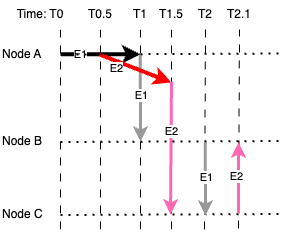
Before: assets/img/gossip.png, a diagram exported from draw.io (paulwizviz/learn-hedera). Source tidied: cells renumbered, new cells last; positions are measured from the earlier drawing's top-left corner, leaving out a move shared by most shapes. Source of this version:
```xml
<mxGraphModel>
  <root>
    <mxCell id="0" />
    <mxCell id="1" parent="0" />
    <mxCell id="2" value="Node A" style="text;html=1;align=left;verticalAlign=middle;whiteSpace=wrap;rounded=0;" parent="1" vertex="1">
      <mxGeometry y="40" width="60" height="30" as="geometry" />
    </mxCell>
    <mxCell id="3" value="Node B" style="text;html=1;align=left;verticalAlign=middle;whiteSpace=wrap;rounded=0;" parent="1" vertex="1">
      <mxGeometry y="127" width="60" height="30" as="geometry" />
    </mxCell>
    <mxCell id="4" value="Node C" style="text;html=1;align=left;verticalAlign=middle;whiteSpace=wrap;rounded=0;" parent="1" vertex="1">
      <mxGeometry y="200" width="60" height="30" as="geometry" />
    </mxCell>
    <mxCell id="5" style="endArrow=none;html=1;rounded=0;dashed=1;dashPattern=8 8;" parent="1" edge="1">
      <mxGeometry relative="1" as="geometry">
        <mxPoint x="60" y="230" as="sourcePoint" />
        <mxPoint x="60" y="30" as="targetPoint" />
      </mxGeometry>
    </mxCell>
    <mxCell id="6" value="Time: T0" style="text;html=1;align=center;verticalAlign=middle;whiteSpace=wrap;rounded=0;" parent="1" vertex="1">
      <mxGeometry x="10" width="60" height="30" as="geometry" />
    </mxCell>
    <mxCell id="7" style="endArrow=none;html=1;rounded=0;dashed=1;dashPattern=8 8;" parent="1" edge="1">
      <mxGeometry relative="1" as="geometry">
        <mxPoint x="140" y="230" as="sourcePoint" />
        <mxPoint x="140" y="30" as="targetPoint" />
      </mxGeometry>
    </mxCell>
    <mxCell id="8" value="T1" style="text;html=1;align=center;verticalAlign=middle;whiteSpace=wrap;rounded=0;" parent="1" vertex="1">
      <mxGeometry x="130" width="20" height="30" as="geometry" />
    </mxCell>
    <mxCell id="9" style="endArrow=none;html=1;rounded=0;dashed=1;dashPattern=8 8;entryX=0.5;entryY=1;entryDx=0;entryDy=0;" parent="1" edge="1" target="10">
      <mxGeometry relative="1" as="geometry">
        <mxPoint x="204" y="230" as="sourcePoint" />
      </mxGeometry>
    </mxCell>
    <mxCell id="10" value="T2" style="text;html=1;align=center;verticalAlign=middle;whiteSpace=wrap;rounded=0;" parent="1" vertex="1">
      <mxGeometry x="195" width="20" height="30" as="geometry" />
    </mxCell>
    <mxCell id="11" style="endArrow=classic;html=1;rounded=0;strokeWidth=4;" parent="1" edge="1">
      <mxGeometry relative="1" as="geometry">
        <mxPoint x="60" y="54.8" as="sourcePoint" />
        <mxPoint x="140" y="54.8" as="targetPoint" />
      </mxGeometry>
    </mxCell>
    <mxCell id="12" value="E1" style="edgeLabel;html=1;align=center;verticalAlign=middle;" parent="11" vertex="1">
      <mxGeometry x="-0.06" y="1" relative="1" as="geometry">
        <mxPoint x="-18" y="1" as="offset" />
      </mxGeometry>
    </mxCell>
    <mxCell id="13" style="endArrow=classic;html=1;rounded=0;strokeColor=#999999;strokeWidth=3;" parent="1" edge="1">
      <mxGeometry relative="1" as="geometry">
        <mxPoint x="139.8" y="55" as="sourcePoint" />
        <mxPoint x="140" y="142" as="targetPoint" />
      </mxGeometry>
    </mxCell>
    <mxCell id="14" value="E1" style="edgeLabel;html=1;align=center;verticalAlign=middle;" parent="13" vertex="1">
      <mxGeometry x="-0.06" y="1" relative="1" as="geometry" />
    </mxCell>
    <mxCell id="15" style="endArrow=none;html=1;rounded=0;dashed=1;dashPattern=8 8;" parent="1" edge="1">
      <mxGeometry relative="1" as="geometry">
        <mxPoint x="100" y="230" as="sourcePoint" />
        <mxPoint x="100" y="30" as="targetPoint" />
      </mxGeometry>
    </mxCell>
    <mxCell id="16" value="T0.5" style="text;html=1;align=center;verticalAlign=middle;whiteSpace=wrap;rounded=0;" parent="1" vertex="1">
      <mxGeometry x="90" width="20" height="30" as="geometry" />
    </mxCell>
    <mxCell id="17" style="endArrow=none;html=1;rounded=0;dashed=1;dashPattern=8 8;entryX=0.5;entryY=1;entryDx=0;entryDy=0;" parent="1" edge="1">
      <mxGeometry relative="1" as="geometry">
        <mxPoint x="171" y="230" as="sourcePoint" />
        <mxPoint x="171" y="30" as="targetPoint" />
      </mxGeometry>
    </mxCell>
    <mxCell id="18" value="T1.5" style="text;html=1;align=center;verticalAlign=middle;whiteSpace=wrap;rounded=0;" parent="1" vertex="1">
      <mxGeometry x="161" width="20" height="30" as="geometry" />
    </mxCell>
    <mxCell id="19" style="endArrow=classic;html=1;rounded=0;strokeWidth=4;strokeColor=#FF0000;" parent="1" edge="1">
      <mxGeometry relative="1" as="geometry">
        <mxPoint x="99" y="55" as="sourcePoint" />
        <mxPoint x="171" y="83" as="targetPoint" />
      </mxGeometry>
    </mxCell>
    <mxCell id="20" value="E2" style="edgeLabel;html=1;align=center;verticalAlign=middle;" parent="19" vertex="1">
      <mxGeometry x="-0.06" y="1" relative="1" as="geometry">
        <mxPoint x="-18" y="1" as="offset" />
      </mxGeometry>
    </mxCell>
    <mxCell id="21" style="endArrow=classic;html=1;rounded=0;strokeColor=#FF66B3;strokeWidth=3;" parent="1" edge="1">
      <mxGeometry relative="1" as="geometry">
        <mxPoint x="171" y="82" as="sourcePoint" />
        <mxPoint x="170" y="215" as="targetPoint" />
      </mxGeometry>
    </mxCell>
    <mxCell id="22" value="E2" style="edgeLabel;html=1;align=center;verticalAlign=middle;" parent="21" vertex="1">
      <mxGeometry x="-0.06" y="1" relative="1" as="geometry">
        <mxPoint x="-1" y="-13" as="offset" />
      </mxGeometry>
    </mxCell>
    <mxCell id="23" style="endArrow=none;html=1;rounded=0;dashed=1;dashPattern=8 8;entryX=0.5;entryY=1;entryDx=0;entryDy=0;" parent="1" edge="1" target="24">
      <mxGeometry relative="1" as="geometry">
        <mxPoint x="238" y="229" as="sourcePoint" />
      </mxGeometry>
    </mxCell>
    <mxCell id="24" value="T2.1" style="text;html=1;align=center;verticalAlign=middle;whiteSpace=wrap;rounded=0;" parent="1" vertex="1">
      <mxGeometry x="229" width="20" height="30" as="geometry" />
    </mxCell>
    <mxCell id="25" style="endArrow=none;dashed=1;html=1;dashPattern=1 3;strokeWidth=2;rounded=0;" parent="1" edge="1">
      <mxGeometry relative="1" as="geometry">
        <mxPoint x="60" y="55" as="sourcePoint" />
        <mxPoint x="282" y="54" as="targetPoint" />
      </mxGeometry>
    </mxCell>
    <mxCell id="26" style="endArrow=none;dashed=1;html=1;dashPattern=1 3;strokeWidth=2;rounded=0;" parent="1" edge="1">
      <mxGeometry relative="1" as="geometry">
        <mxPoint x="60" y="142.5" as="sourcePoint" />
        <mxPoint x="282" y="141.5" as="targetPoint" />
      </mxGeometry>
    </mxCell>
    <mxCell id="27" style="endArrow=none;dashed=1;html=1;dashPattern=1 3;strokeWidth=2;rounded=0;" parent="1" edge="1">
      <mxGeometry relative="1" as="geometry">
        <mxPoint x="60" y="215.5" as="sourcePoint" />
        <mxPoint x="282" y="214.5" as="targetPoint" />
      </mxGeometry>
    </mxCell>
    <mxCell id="28" style="endArrow=classic;html=1;rounded=0;strokeColor=#999999;strokeWidth=3;" parent="1" edge="1">
      <mxGeometry relative="1" as="geometry">
        <mxPoint x="204.8" y="143" as="sourcePoint" />
        <mxPoint x="205" y="216" as="targetPoint" />
      </mxGeometry>
    </mxCell>
    <mxCell id="29" value="E1" style="edgeLabel;html=1;align=center;verticalAlign=middle;" parent="28" vertex="1">
      <mxGeometry x="-0.06" y="1" relative="1" as="geometry" />
    </mxCell>
    <mxCell id="30" style="endArrow=classic;html=1;rounded=0;strokeColor=#FF66B3;strokeWidth=3;" parent="1" edge="1">
      <mxGeometry relative="1" as="geometry">
        <mxPoint x="238" y="214" as="sourcePoint" />
        <mxPoint x="238" y="143" as="targetPoint" />
      </mxGeometry>
    </mxCell>
    <mxCell id="31" value="E2" style="edgeLabel;html=1;align=center;verticalAlign=middle;" parent="30" vertex="1">
      <mxGeometry x="-0.06" y="1" relative="1" as="geometry">
        <mxPoint x="-1" y="-4" as="offset" />
      </mxGeometry>
    </mxCell>
  </root>
</mxGraphModel>
```
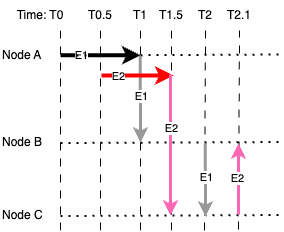
Above is the later version.

Commit message:
Update gossip diagram

What changed in the source:
```diff
@@ -11,137 +11,137 @@
     <mxCell id="4" value="Node C" style="text;html=1;align=left;verticalAlign=middle;whiteSpace=wrap;rounded=0;" parent="1" vertex="1">
       <mxGeometry y="200" width="60" height="30" as="geometry" />
     </mxCell>
-    <mxCell id="5" style="endArrow=none;html=1;rounded=0;dashed=1;dashPattern=8 8;" parent="1" edge="1">
-      <mxGeometry relative="1" as="geometry">
-        <mxPoint x="60" y="230" as="sourcePoint" />
-        <mxPoint x="60" y="30" as="targetPoint" />
-      </mxGeometry>
-    </mxCell>
+    <mxCell id="32" style="endArrow=none;html=1;rounded=0;dashed=1;dashPattern=8 8;" parent="1" edge="1">
+      <mxGeometry relative="1" as="geometry">
+        <mxPoint x="60" y="230" as="sourcePoint" />
+        <mxPoint x="60" y="30" as="targetPoint" />
+      </mxGeometry>
+    </mxCell>
     <mxCell id="6" value="Time: T0" style="text;html=1;align=center;verticalAlign=middle;whiteSpace=wrap;rounded=0;" parent="1" vertex="1">
       <mxGeometry x="10" width="60" height="30" as="geometry" />
     </mxCell>
-    <mxCell id="7" style="endArrow=none;html=1;rounded=0;dashed=1;dashPattern=8 8;" parent="1" edge="1">
-      <mxGeometry relative="1" as="geometry">
-        <mxPoint x="140" y="230" as="sourcePoint" />
-        <mxPoint x="140" y="30" as="targetPoint" />
-      </mxGeometry>
-    </mxCell>
+    <mxCell id="33" style="endArrow=none;html=1;rounded=0;dashed=1;dashPattern=8 8;" parent="1" edge="1">
+      <mxGeometry relative="1" as="geometry">
+        <mxPoint x="140" y="230" as="sourcePoint" />
+        <mxPoint x="140" y="30" as="targetPoint" />
+      </mxGeometry>
+    </mxCell>
     <mxCell id="8" value="T1" style="text;html=1;align=center;verticalAlign=middle;whiteSpace=wrap;rounded=0;" parent="1" vertex="1">
       <mxGeometry x="130" width="20" height="30" as="geometry" />
     </mxCell>
-    <mxCell id="9" style="endArrow=none;html=1;rounded=0;dashed=1;dashPattern=8 8;entryX=0.5;entryY=1;entryDx=0;entryDy=0;" parent="1" edge="1" target="10">
-      <mxGeometry relative="1" as="geometry">
-        <mxPoint x="204" y="230" as="sourcePoint" />
-      </mxGeometry>
-    </mxCell>
+    <mxCell id="34" style="endArrow=none;html=1;rounded=0;dashed=1;dashPattern=8 8;entryX=0.5;entryY=1;entryDx=0;entryDy=0;" parent="1" edge="1" target="10">
+      <mxGeometry relative="1" as="geometry">
+        <mxPoint x="204" y="230" as="sourcePoint" />
+      </mxGeometry>
+    </mxCell>
     <mxCell id="10" value="T2" style="text;html=1;align=center;verticalAlign=middle;whiteSpace=wrap;rounded=0;" parent="1" vertex="1">
       <mxGeometry x="195" width="20" height="30" as="geometry" />
     </mxCell>
-    <mxCell id="11" style="endArrow=classic;html=1;rounded=0;strokeWidth=4;" parent="1" edge="1">
-      <mxGeometry relative="1" as="geometry">
-        <mxPoint x="60" y="54.8" as="sourcePoint" />
-        <mxPoint x="140" y="54.8" as="targetPoint" />
-      </mxGeometry>
-    </mxCell>
-    <mxCell id="12" value="E1" style="edgeLabel;html=1;align=center;verticalAlign=middle;" parent="11" vertex="1">
-      <mxGeometry x="-0.06" y="1" relative="1" as="geometry">
-        <mxPoint x="-18" y="1" as="offset" />
-      </mxGeometry>
-    </mxCell>
-    <mxCell id="13" style="endArrow=classic;html=1;rounded=0;strokeColor=#999999;strokeWidth=3;" parent="1" edge="1">
-      <mxGeometry relative="1" as="geometry">
-        <mxPoint x="139.8" y="55" as="sourcePoint" />
-        <mxPoint x="140" y="142" as="targetPoint" />
-      </mxGeometry>
-    </mxCell>
-    <mxCell id="14" value="E1" style="edgeLabel;html=1;align=center;verticalAlign=middle;" parent="13" vertex="1">
-      <mxGeometry x="-0.06" y="1" relative="1" as="geometry" />
-    </mxCell>
-    <mxCell id="15" style="endArrow=none;html=1;rounded=0;dashed=1;dashPattern=8 8;" parent="1" edge="1">
-      <mxGeometry relative="1" as="geometry">
-        <mxPoint x="100" y="230" as="sourcePoint" />
-        <mxPoint x="100" y="30" as="targetPoint" />
-      </mxGeometry>
-    </mxCell>
+    <mxCell id="35" style="endArrow=classic;html=1;rounded=0;strokeWidth=4;" parent="1" edge="1">
+      <mxGeometry relative="1" as="geometry">
+        <mxPoint x="60" y="54.8" as="sourcePoint" />
+        <mxPoint x="140" y="54.8" as="targetPoint" />
+      </mxGeometry>
+    </mxCell>
+    <mxCell id="36" value="E1" style="edgeLabel;html=1;align=center;verticalAlign=middle;" parent="35" vertex="1">
+      <mxGeometry x="-0.06" y="1" relative="1" as="geometry">
+        <mxPoint x="-18" y="1" as="offset" />
+      </mxGeometry>
+    </mxCell>
+    <mxCell id="37" style="endArrow=classic;html=1;rounded=0;strokeColor=#999999;strokeWidth=3;" parent="1" edge="1">
+      <mxGeometry relative="1" as="geometry">
+        <mxPoint x="139.8" y="55" as="sourcePoint" />
+        <mxPoint x="140" y="142" as="targetPoint" />
+      </mxGeometry>
+    </mxCell>
+    <mxCell id="38" value="E1" style="edgeLabel;html=1;align=center;verticalAlign=middle;" parent="37" vertex="1">
+      <mxGeometry x="-0.06" y="1" relative="1" as="geometry" />
+    </mxCell>
+    <mxCell id="39" style="endArrow=none;html=1;rounded=0;dashed=1;dashPattern=8 8;" parent="1" edge="1">
+      <mxGeometry relative="1" as="geometry">
+        <mxPoint x="100" y="230" as="sourcePoint" />
+        <mxPoint x="100" y="30" as="targetPoint" />
+      </mxGeometry>
+    </mxCell>
     <mxCell id="16" value="T0.5" style="text;html=1;align=center;verticalAlign=middle;whiteSpace=wrap;rounded=0;" parent="1" vertex="1">
       <mxGeometry x="90" width="20" height="30" as="geometry" />
     </mxCell>
-    <mxCell id="17" style="endArrow=none;html=1;rounded=0;dashed=1;dashPattern=8 8;entryX=0.5;entryY=1;entryDx=0;entryDy=0;" parent="1" edge="1">
-      <mxGeometry relative="1" as="geometry">
-        <mxPoint x="171" y="230" as="sourcePoint" />
-        <mxPoint x="171" y="30" as="targetPoint" />
-      </mxGeometry>
-    </mxCell>
+    <mxCell id="40" style="endArrow=none;html=1;rounded=0;dashed=1;dashPattern=8 8;entryX=0.5;entryY=1;entryDx=0;entryDy=0;" parent="1" edge="1">
+      <mxGeometry relative="1" as="geometry">
+        <mxPoint x="171" y="230" as="sourcePoint" />
+        <mxPoint x="171" y="30" as="targetPoint" />
+      </mxGeometry>
+    </mxCell>
     <mxCell id="18" value="T1.5" style="text;html=1;align=center;verticalAlign=middle;whiteSpace=wrap;rounded=0;" parent="1" vertex="1">
       <mxGeometry x="161" width="20" height="30" as="geometry" />
     </mxCell>
-    <mxCell id="19" style="endArrow=classic;html=1;rounded=0;strokeWidth=4;strokeColor=#FF0000;" parent="1" edge="1">
-      <mxGeometry relative="1" as="geometry">
-        <mxPoint x="99" y="55" as="sourcePoint" />
-        <mxPoint x="171" y="83" as="targetPoint" />
-      </mxGeometry>
-    </mxCell>
-    <mxCell id="20" value="E2" style="edgeLabel;html=1;align=center;verticalAlign=middle;" parent="19" vertex="1">
-      <mxGeometry x="-0.06" y="1" relative="1" as="geometry">
-        <mxPoint x="-18" y="1" as="offset" />
-      </mxGeometry>
-    </mxCell>
-    <mxCell id="21" style="endArrow=classic;html=1;rounded=0;strokeColor=#FF66B3;strokeWidth=3;" parent="1" edge="1">
-      <mxGeometry relative="1" as="geometry">
-        <mxPoint x="171" y="82" as="sourcePoint" />
-        <mxPoint x="170" y="215" as="targetPoint" />
-      </mxGeometry>
-    </mxCell>
-    <mxCell id="22" value="E2" style="edgeLabel;html=1;align=center;verticalAlign=middle;" parent="21" vertex="1">
-      <mxGeometry x="-0.06" y="1" relative="1" as="geometry">
-        <mxPoint x="-1" y="-13" as="offset" />
-      </mxGeometry>
-    </mxCell>
-    <mxCell id="23" style="endArrow=none;html=1;rounded=0;dashed=1;dashPattern=8 8;entryX=0.5;entryY=1;entryDx=0;entryDy=0;" parent="1" edge="1" target="24">
-      <mxGeometry relative="1" as="geometry">
-        <mxPoint x="238" y="229" as="sourcePoint" />
-      </mxGeometry>
-    </mxCell>
+    <mxCell id="41" style="endArrow=classic;html=1;rounded=0;strokeWidth=4;strokeColor=#FF0000;" parent="1" edge="1">
+      <mxGeometry relative="1" as="geometry">
+        <mxPoint x="101" y="75" as="sourcePoint" />
+        <mxPoint x="173" y="75" as="targetPoint" />
+      </mxGeometry>
+    </mxCell>
+    <mxCell id="42" value="E2" style="edgeLabel;html=1;align=center;verticalAlign=middle;" parent="41" vertex="1">
+      <mxGeometry x="-0.06" y="1" relative="1" as="geometry">
+        <mxPoint x="-18" y="1" as="offset" />
+      </mxGeometry>
+    </mxCell>
+    <mxCell id="43" style="endArrow=classic;html=1;rounded=0;strokeColor=#FF66B3;strokeWidth=3;" parent="1" edge="1">
+      <mxGeometry relative="1" as="geometry">
+        <mxPoint x="170" y="74" as="sourcePoint" />
+        <mxPoint x="170" y="215" as="targetPoint" />
+      </mxGeometry>
+    </mxCell>
+    <mxCell id="44" value="E2" style="edgeLabel;html=1;align=center;verticalAlign=middle;" parent="43" vertex="1">
+      <mxGeometry x="-0.06" y="1" relative="1" as="geometry">
+        <mxPoint x="-1" y="-13" as="offset" />
+      </mxGeometry>
+    </mxCell>
+    <mxCell id="45" style="endArrow=none;html=1;rounded=0;dashed=1;dashPattern=8 8;entryX=0.5;entryY=1;entryDx=0;entryDy=0;" parent="1" edge="1" target="24">
+      <mxGeometry relative="1" as="geometry">
+        <mxPoint x="238" y="229" as="sourcePoint" />
+      </mxGeometry>
+    </mxCell>
     <mxCell id="24" value="T2.1" style="text;html=1;align=center;verticalAlign=middle;whiteSpace=wrap;rounded=0;" parent="1" vertex="1">
       <mxGeometry x="229" width="20" height="30" as="geometry" />
     </mxCell>
-    <mxCell id="25" style="endArrow=none;dashed=1;html=1;dashPattern=1 3;strokeWidth=2;rounded=0;" parent="1" edge="1">
-      <mxGeometry relative="1" as="geometry">
-        <mxPoint x="60" y="55" as="sourcePoint" />
-        <mxPoint x="282" y="54" as="targetPoint" />
-      </mxGeometry>
-    </mxCell>
-    <mxCell id="26" style="endArrow=none;dashed=1;html=1;dashPattern=1 3;strokeWidth=2;rounded=0;" parent="1" edge="1">
-      <mxGeometry relative="1" as="geometry">
-        <mxPoint x="60" y="142.5" as="sourcePoint" />
-        <mxPoint x="282" y="141.5" as="targetPoint" />
-      </mxGeometry>
-    </mxCell>
-    <mxCell id="27" style="endArrow=none;dashed=1;html=1;dashPattern=1 3;strokeWidth=2;rounded=0;" parent="1" edge="1">
-      <mxGeometry relative="1" as="geometry">
-        <mxPoint x="60" y="215.5" as="sourcePoint" />
-        <mxPoint x="282" y="214.5" as="targetPoint" />
-      </mxGeometry>
-    </mxCell>
-    <mxCell id="28" style="endArrow=classic;html=1;rounded=0;strokeColor=#999999;strokeWidth=3;" parent="1" edge="1">
-      <mxGeometry relative="1" as="geometry">
-        <mxPoint x="204.8" y="143" as="sourcePoint" />
-        <mxPoint x="205" y="216" as="targetPoint" />
-      </mxGeometry>
-    </mxCell>
-    <mxCell id="29" value="E1" style="edgeLabel;html=1;align=center;verticalAlign=middle;" parent="28" vertex="1">
-      <mxGeometry x="-0.06" y="1" relative="1" as="geometry" />
-    </mxCell>
-    <mxCell id="30" style="endArrow=classic;html=1;rounded=0;strokeColor=#FF66B3;strokeWidth=3;" parent="1" edge="1">
-      <mxGeometry relative="1" as="geometry">
-        <mxPoint x="238" y="214" as="sourcePoint" />
-        <mxPoint x="238" y="143" as="targetPoint" />
-      </mxGeometry>
-    </mxCell>
-    <mxCell id="31" value="E2" style="edgeLabel;html=1;align=center;verticalAlign=middle;" parent="30" vertex="1">
-      <mxGeometry x="-0.06" y="1" relative="1" as="geometry">
-        <mxPoint x="-1" y="-4" as="offset" />
-      </mxGeometry>
-    </mxCell>
+    <mxCell id="46" style="endArrow=none;dashed=1;html=1;dashPattern=1 3;strokeWidth=2;rounded=0;" parent="1" edge="1">
+      <mxGeometry relative="1" as="geometry">
+        <mxPoint x="60" y="55" as="sourcePoint" />
+        <mxPoint x="282" y="54" as="targetPoint" />
+      </mxGeometry>
+    </mxCell>
+    <mxCell id="47" style="endArrow=none;dashed=1;html=1;dashPattern=1 3;strokeWidth=2;rounded=0;" parent="1" edge="1">
+      <mxGeometry relative="1" as="geometry">
+        <mxPoint x="60" y="142.5" as="sourcePoint" />
+        <mxPoint x="282" y="141.5" as="targetPoint" />
+      </mxGeometry>
+    </mxCell>
+    <mxCell id="48" style="endArrow=none;dashed=1;html=1;dashPattern=1 3;strokeWidth=2;rounded=0;" parent="1" edge="1">
+      <mxGeometry relative="1" as="geometry">
+        <mxPoint x="60" y="215.5" as="sourcePoint" />
+        <mxPoint x="282" y="214.5" as="targetPoint" />
+      </mxGeometry>
+    </mxCell>
+    <mxCell id="49" style="endArrow=classic;html=1;rounded=0;strokeColor=#999999;strokeWidth=3;" parent="1" edge="1">
+      <mxGeometry relative="1" as="geometry">
+        <mxPoint x="204.8" y="143" as="sourcePoint" />
+        <mxPoint x="205" y="216" as="targetPoint" />
+      </mxGeometry>
+    </mxCell>
+    <mxCell id="50" value="E1" style="edgeLabel;html=1;align=center;verticalAlign=middle;" parent="49" vertex="1">
+      <mxGeometry x="-0.06" y="1" relative="1" as="geometry" />
+    </mxCell>
+    <mxCell id="51" style="endArrow=classic;html=1;rounded=0;strokeColor=#FF66B3;strokeWidth=3;" parent="1" edge="1">
+      <mxGeometry relative="1" as="geometry">
+        <mxPoint x="238" y="214" as="sourcePoint" />
+        <mxPoint x="238" y="143" as="targetPoint" />
+      </mxGeometry>
+    </mxCell>
+    <mxCell id="52" value="E2" style="edgeLabel;html=1;align=center;verticalAlign=middle;" parent="51" vertex="1">
+      <mxGeometry x="-0.06" y="1" relative="1" as="geometry">
+        <mxPoint x="-1" y="-4" as="offset" />
+      </mxGeometry>
+    </mxCell>
   </root>
 </mxGraphModel>
```
